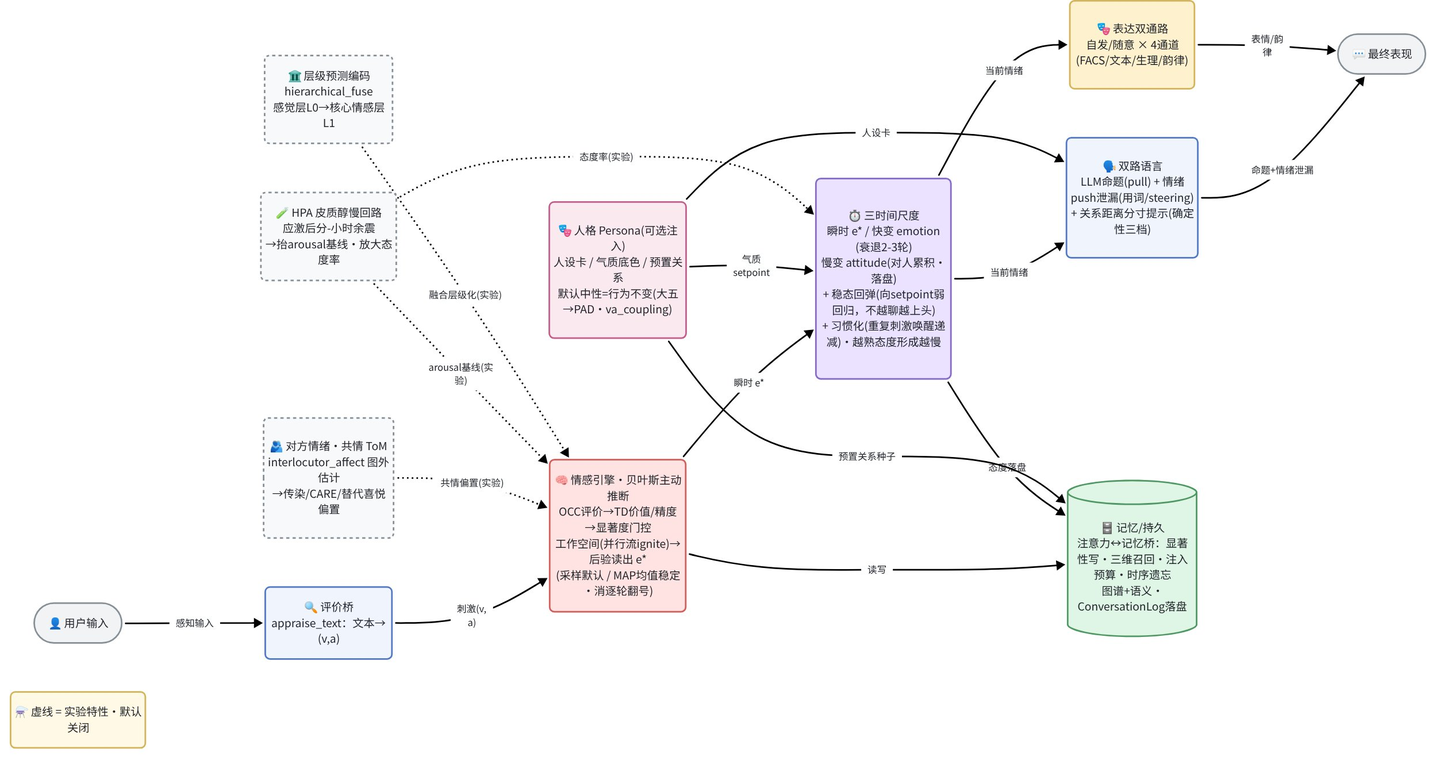
Before: docs/v2/framework-current.png, a diagram exported from Mermaid (WizardHeHeJun/Zero). Its source is kept beside it as docs/v2/framework-current.mmd.
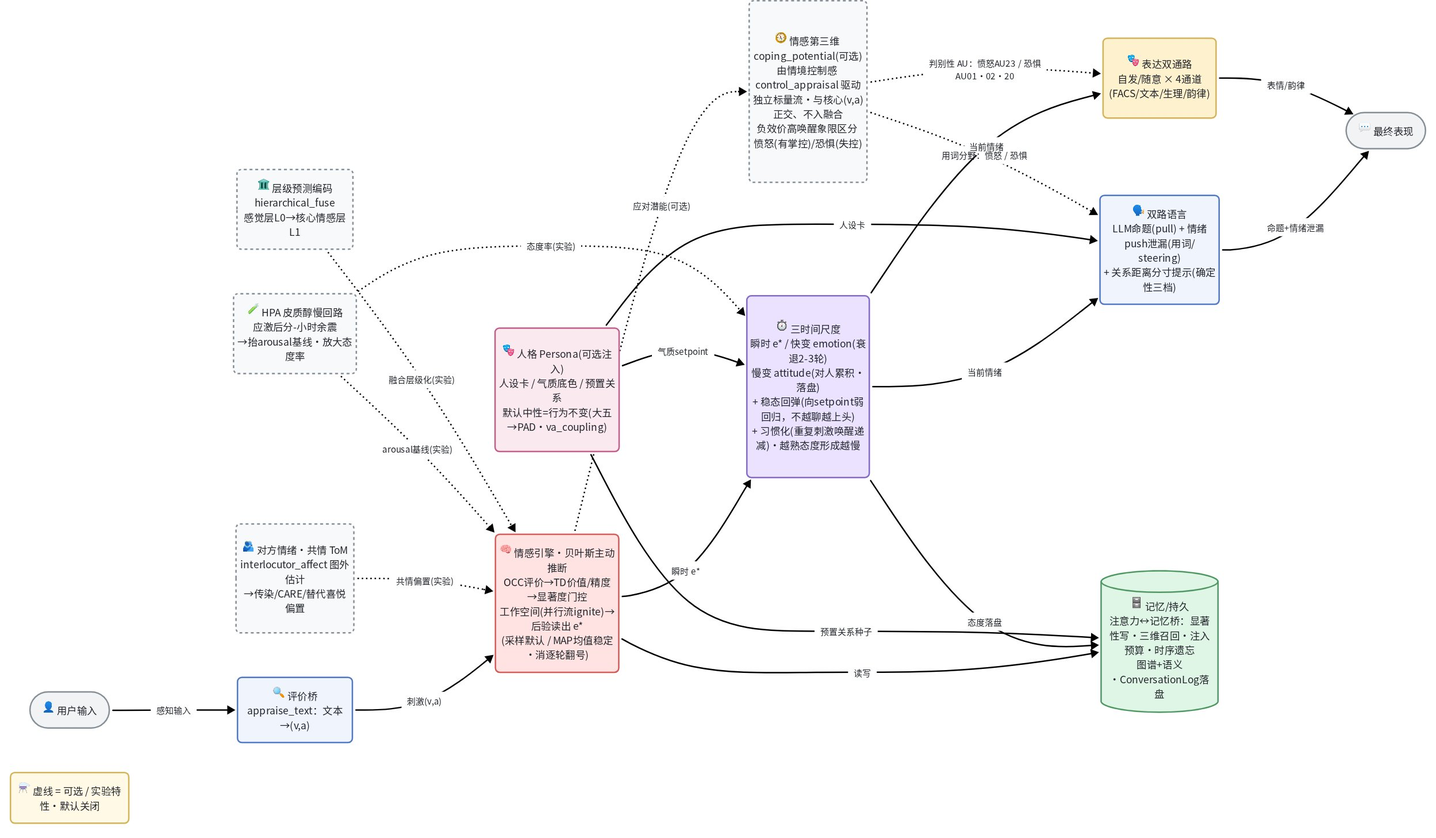
The same file after the commit.

Change to the diagram source:
```diff
@@ -9,10 +9,11 @@
   memory[("🗄️ 记忆/持久<br/>注意力↔记忆桥：显著性写·三维召回·注入预算·时序遗忘<br/>图谱+语义·ConversationLog落盘")]:::memory
   output(["💬 最终表现"]):::terminal
 
+  coping["🧭 情感第三维 coping_potential(可选)<br/>由情境控制感 control_appraisal 驱动<br/>独立标量流·与核心(v,a)正交、不入融合<br/>负效价高唤醒象限区分 愤怒(有掌控)/恐惧(失控)"]:::experimental
   tom["🫂 对方情绪·共情 ToM<br/>interlocutor_affect 图外估计<br/>→传染/CARE/替代喜悦偏置"]:::experimental
   hpa["🧪 HPA 皮质醇慢回路<br/>应激后分-小时余震<br/>→抬arousal基线·放大态度率"]:::experimental
   hpc["🏛️ 层级预测编码<br/>hierarchical_fuse<br/>感觉层L0→核心情感层L1"]:::experimental
-  expnote["⚗️ 虚线 = 实验特性·默认关闭"]:::expnote
+  expnote["⚗️ 虚线 = 可选 / 实验特性·默认关闭"]:::expnote
 
   user -->|"感知输入"| appraise
   appraise -->|"刺激(v,a)"| engine
@@ -27,6 +28,9 @@
   persona -->|"气质setpoint"| timescales
   persona -->|"预置关系种子"| memory
 
+  engine -.->|"应对潜能(可选)"| coping
+  coping -.->|"判别性 AU：愤怒AU23 / 恐惧AU01·02·20"| expression
+  coping -.->|"用词分野：愤怒 / 恐惧"| language
   tom -.->|"共情偏置(实验)"| engine
   hpa -.->|"arousal基线(实验)"| engine
   hpa -.->|"态度率(实验)"| timescales
```
